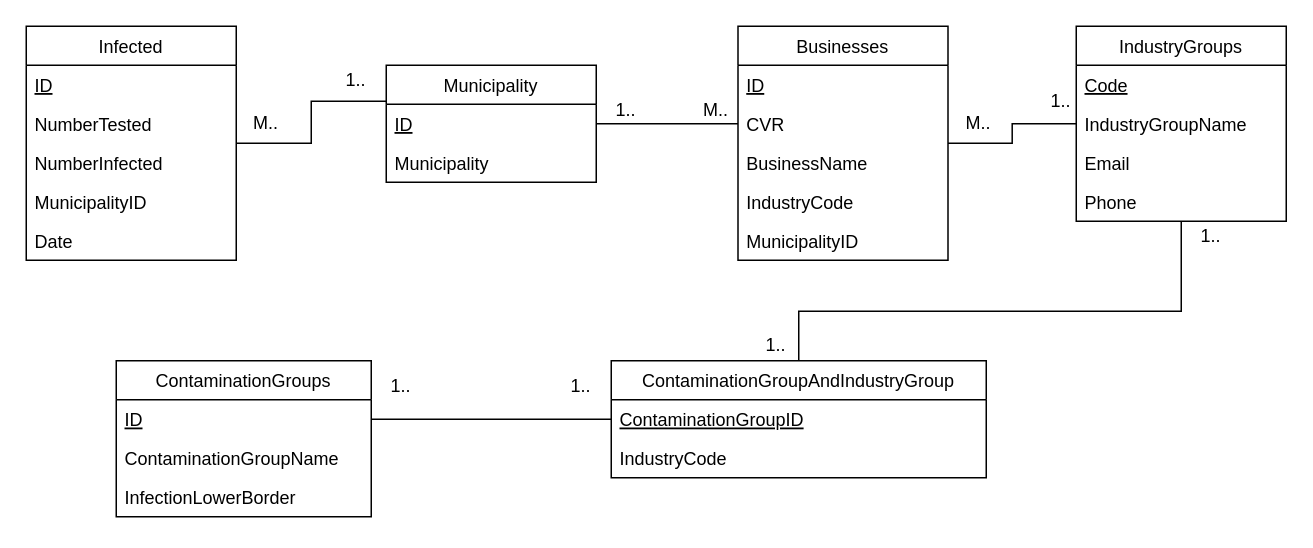
Earlier version of the draw.io diagram CharlieProject/Documentation/Janus_Martin_Rezan_ERD-diagram.drawio (mathex83/CharlieProjectSemester1). Source tidied: cells renumbered, new cells numbered last; positions are measured from the earlier drawing's top-left corner, leaving out a move shared by most shapes. Both pictures are drawn from the tidied source at 150%, with x=0, y=0 at pixel (26, 26).
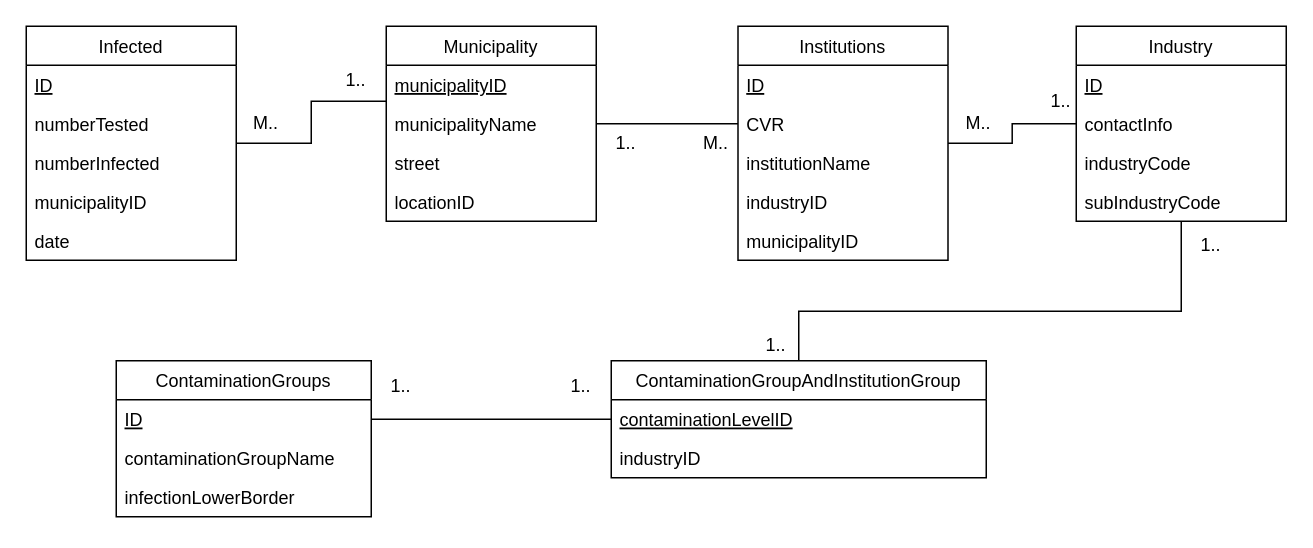
The same page after the edit.

Commit message (it also covers changes not shown here):
added newly updated mappingskema and ERD

The change refers to these unchanged cells:
```xml
<mxCell id="2" value="Infected" style="swimlane;fontStyle=0;horizontal=1;startSize=26;fillColor=none;" parent="1" vertex="1">
  <mxGeometry width="140" height="156" as="geometry" />
</mxCell>
<mxCell id="25" value="ContaminationGroups" style="swimlane;fontStyle=0;horizontal=1;startSize=26;fillColor=none;" parent="1" vertex="1">
  <mxGeometry x="60" y="223" width="170" height="104" as="geometry" />
</mxCell>
```

The edit, as a diff of the source:
```diff
@@
-    <mxCell id="4" value="NumberTested" style="text;strokeColor=none;fillColor=none;align=left;verticalAlign=top;spacingLeft=4;spacingRight=4;overflow=hidden;" parent="2" vertex="1">
+    <mxCell id="4" value="numberTested" style="text;strokeColor=none;fillColor=none;align=left;verticalAlign=top;spacingLeft=4;spacingRight=4;overflow=hidden;" parent="2" vertex="1">
       <mxGeometry y="52" width="140" height="26" as="geometry" />
     </mxCell>
-    <mxCell id="5" value="NumberInfected" style="text;strokeColor=none;fillColor=none;align=left;verticalAlign=top;spacingLeft=4;spacingRight=4;overflow=hidden;" parent="2" vertex="1">
+    <mxCell id="5" value="numberInfected" style="text;strokeColor=none;fillColor=none;align=left;verticalAlign=top;spacingLeft=4;spacingRight=4;overflow=hidden;" parent="2" vertex="1">
       <mxGeometry y="78" width="140" height="26" as="geometry" />
     </mxCell>
-    <mxCell id="6" value="MunicipalityID" style="text;strokeColor=none;fillColor=none;align=left;verticalAlign=top;spacingLeft=4;spacingRight=4;overflow=hidden;" parent="2" vertex="1">
+    <mxCell id="6" value="municipalityID" style="text;strokeColor=none;fillColor=none;align=left;verticalAlign=top;spacingLeft=4;spacingRight=4;overflow=hidden;" parent="2" vertex="1">
       <mxGeometry y="104" width="140" height="26" as="geometry" />
     </mxCell>
-    <mxCell id="7" value="Date" style="text;strokeColor=none;fillColor=none;align=left;verticalAlign=top;spacingLeft=4;spacingRight=4;overflow=hidden;" parent="2" vertex="1">
+    <mxCell id="7" value="date" style="text;strokeColor=none;fillColor=none;align=left;verticalAlign=top;spacingLeft=4;spacingRight=4;overflow=hidden;" parent="2" vertex="1">
       <mxGeometry y="130" width="140" height="26" as="geometry" />
     </mxCell>
     <mxCell id="8" value="Municipality" style="swimlane;fontStyle=0;horizontal=1;startSize=26;fillColor=none;" parent="1" vertex="1">
-      <mxGeometry x="240" y="26" width="140" height="78" as="geometry" />
+      <mxGeometry x="240" width="140" height="130" as="geometry" />
     </mxCell>
-    <mxCell id="9" value="ID" style="text;strokeColor=none;fillColor=none;align=left;verticalAlign=top;spacingLeft=4;spacingRight=4;overflow=hidden;fontStyle=4;" parent="8" vertex="1">
+    <mxCell id="9" value="municipalityID" style="text;strokeColor=none;fillColor=none;align=left;verticalAlign=top;spacingLeft=4;spacingRight=4;overflow=hidden;fontStyle=4;" parent="8" vertex="1">
       <mxGeometry y="26" width="140" height="26" as="geometry" />
     </mxCell>
-    <mxCell id="10" value="Municipality" style="text;strokeColor=none;fillColor=none;align=left;verticalAlign=top;spacingLeft=4;spacingRight=4;overflow=hidden;" parent="8" vertex="1">
+    <mxCell id="10" value="municipalityName" style="text;strokeColor=none;fillColor=none;align=left;verticalAlign=top;spacingLeft=4;spacingRight=4;overflow=hidden;" parent="8" vertex="1">
       <mxGeometry y="52" width="140" height="26" as="geometry" />
     </mxCell>
+    <mxCell id="44" value="street" style="text;strokeColor=none;fillColor=none;align=left;verticalAlign=top;spacingLeft=4;spacingRight=4;overflow=hidden;" parent="8" vertex="1">
+      <mxGeometry y="78" width="140" height="26" as="geometry" />
+    </mxCell>
+    <mxCell id="45" value="locationID" style="text;strokeColor=none;fillColor=none;align=left;verticalAlign=top;spacingLeft=4;spacingRight=4;overflow=hidden;" parent="8" vertex="1">
+      <mxGeometry y="104" width="140" height="26" as="geometry" />
+    </mxCell>
-    <mxCell id="11" value="Businesses" style="swimlane;fontStyle=0;horizontal=1;startSize=26;fillColor=none;" parent="1" vertex="1">
+    <mxCell id="11" value="Institutions" style="swimlane;fontStyle=0;horizontal=1;startSize=26;fillColor=none;" parent="1" vertex="1">
       <mxGeometry x="474.5" width="140" height="156" as="geometry" />
     </mxCell>
@@
-    <mxCell id="14" value="BusinessName" style="text;strokeColor=none;fillColor=none;align=left;verticalAlign=top;spacingLeft=4;spacingRight=4;overflow=hidden;" parent="11" vertex="1">
+    <mxCell id="14" value="institutionName" style="text;strokeColor=none;fillColor=none;align=left;verticalAlign=top;spacingLeft=4;spacingRight=4;overflow=hidden;" parent="11" vertex="1">
       <mxGeometry y="78" width="140" height="26" as="geometry" />
     </mxCell>
-    <mxCell id="15" value="IndustryCode" style="text;strokeColor=none;fillColor=none;align=left;verticalAlign=top;spacingLeft=4;spacingRight=4;overflow=hidden;" parent="11" vertex="1">
+    <mxCell id="15" value="industryID" style="text;strokeColor=none;fillColor=none;align=left;verticalAlign=top;spacingLeft=4;spacingRight=4;overflow=hidden;" parent="11" vertex="1">
       <mxGeometry y="104" width="140" height="26" as="geometry" />
     </mxCell>
-    <mxCell id="16" value="MunicipalityID" style="text;strokeColor=none;fillColor=none;align=left;verticalAlign=top;spacingLeft=4;spacingRight=4;overflow=hidden;labelBorderColor=none;" parent="11" vertex="1">
+    <mxCell id="16" value="municipalityID" style="text;strokeColor=none;fillColor=none;align=left;verticalAlign=top;spacingLeft=4;spacingRight=4;overflow=hidden;labelBorderColor=none;" parent="11" vertex="1">
       <mxGeometry y="130" width="140" height="26" as="geometry" />
     </mxCell>
-    <mxCell id="17" value="IndustryGroups" style="swimlane;fontStyle=0;horizontal=1;startSize=26;fillColor=none;" parent="1" vertex="1">
+    <mxCell id="17" value="Industry" style="swimlane;fontStyle=0;horizontal=1;startSize=26;fillColor=none;" parent="1" vertex="1">
       <mxGeometry x="700" width="140" height="130" as="geometry" />
     </mxCell>
-    <mxCell id="18" value="Code" style="text;strokeColor=none;fillColor=none;align=left;verticalAlign=top;spacingLeft=4;spacingRight=4;overflow=hidden;fontStyle=4;" parent="17" vertex="1">
+    <mxCell id="18" value="ID" style="text;strokeColor=none;fillColor=none;align=left;verticalAlign=top;spacingLeft=4;spacingRight=4;overflow=hidden;fontStyle=4;" parent="17" vertex="1">
       <mxGeometry y="26" width="140" height="26" as="geometry" />
     </mxCell>
-    <mxCell id="19" value="IndustryGroupName" style="text;strokeColor=none;fillColor=none;align=left;verticalAlign=top;spacingLeft=4;spacingRight=4;overflow=hidden;fontStyle=0;" parent="17" vertex="1">
-      <mxGeometry y="52" width="140" height="26" as="geometry" />
-    </mxCell>
-    <mxCell id="20" value="Email" style="text;strokeColor=none;fillColor=none;align=left;verticalAlign=top;spacingLeft=4;spacingRight=4;overflow=hidden;" parent="17" vertex="1">
-      <mxGeometry y="78" width="140" height="26" as="geometry" />
-    </mxCell>
-    <mxCell id="21" value="Phone" style="text;strokeColor=none;fillColor=none;align=left;verticalAlign=top;spacingLeft=4;spacingRight=4;overflow=hidden;" parent="17" vertex="1">
-      <mxGeometry y="104" width="140" height="26" as="geometry" />
+    <mxCell id="21" value="contactInfo" style="text;strokeColor=none;fillColor=none;align=left;verticalAlign=top;spacingLeft=4;spacingRight=4;overflow=hidden;" parent="17" vertex="1">
+      <mxGeometry y="52" width="140" height="26" as="geometry" />
     </mxCell>
+    <mxCell id="46" value="industryCode" style="text;strokeColor=none;fillColor=none;align=left;verticalAlign=top;spacingLeft=4;spacingRight=4;overflow=hidden;fontStyle=0;" parent="17" vertex="1">
+      <mxGeometry y="78" width="140" height="26" as="geometry" />
+    </mxCell>
+    <mxCell id="47" value="subIndustryCode" style="text;strokeColor=none;fillColor=none;align=left;verticalAlign=top;spacingLeft=4;spacingRight=4;overflow=hidden;fontStyle=0;" parent="17" vertex="1">
+      <mxGeometry y="104" width="140" height="26" as="geometry" />
+    </mxCell>
-    <mxCell id="22" value="ContaminationGroupAndIndustryGroup" style="swimlane;fontStyle=0;horizontal=1;startSize=26;fillColor=none;" parent="1" vertex="1">
+    <mxCell id="22" value="ContaminationGroupAndInstitutionGroup" style="swimlane;fontStyle=0;horizontal=1;startSize=26;fillColor=none;" parent="1" vertex="1">
       <mxGeometry x="390" y="223" width="250" height="78" as="geometry" />
     </mxCell>
-    <mxCell id="23" value="ContaminationGroupID" style="text;strokeColor=none;fillColor=none;align=left;verticalAlign=top;spacingLeft=4;spacingRight=4;overflow=hidden;fontStyle=4;" parent="22" vertex="1">
+    <mxCell id="23" value="contaminationLevelID" style="text;strokeColor=none;fillColor=none;align=left;verticalAlign=top;spacingLeft=4;spacingRight=4;overflow=hidden;fontStyle=4;" parent="22" vertex="1">
       <mxGeometry y="26" width="250" height="26" as="geometry" />
     </mxCell>
-    <mxCell id="24" value="IndustryCode" style="text;strokeColor=none;fillColor=none;align=left;verticalAlign=top;spacingLeft=4;spacingRight=4;overflow=hidden;fontStyle=0;" parent="22" vertex="1">
+    <mxCell id="24" value="industryID" style="text;strokeColor=none;fillColor=none;align=left;verticalAlign=top;spacingLeft=4;spacingRight=4;overflow=hidden;fontStyle=0;" parent="22" vertex="1">
       <mxGeometry y="52" width="250" height="26" as="geometry" />
     </mxCell>
@@
-    <mxCell id="27" value="ContaminationGroupName" style="text;strokeColor=none;fillColor=none;align=left;verticalAlign=top;spacingLeft=4;spacingRight=4;overflow=hidden;fontStyle=0;" parent="25" vertex="1">
+    <mxCell id="27" value="contaminationGroupName" style="text;strokeColor=none;fillColor=none;align=left;verticalAlign=top;spacingLeft=4;spacingRight=4;overflow=hidden;fontStyle=0;" parent="25" vertex="1">
       <mxGeometry y="52" width="170" height="26" as="geometry" />
     </mxCell>
-    <mxCell id="28" value="InfectionLowerBorder" style="text;strokeColor=none;fillColor=none;align=left;verticalAlign=top;spacingLeft=4;spacingRight=4;overflow=hidden;" parent="25" vertex="1">
+    <mxCell id="28" value="infectionLowerBorder" style="text;strokeColor=none;fillColor=none;align=left;verticalAlign=top;spacingLeft=4;spacingRight=4;overflow=hidden;" parent="25" vertex="1">
       <mxGeometry y="78" width="170" height="26" as="geometry" />
     </mxCell>
@@
     <mxCell id="36" value="M.." style="text;html=1;strokeColor=none;fillColor=none;align=center;verticalAlign=middle;whiteSpace=wrap;rounded=0;" parent="1" vertex="1">
-      <mxGeometry x="440" y="46" width="40" height="20" as="geometry" />
+      <mxGeometry x="440" y="68" width="40" height="20" as="geometry" />
     </mxCell>
@@
     <mxCell id="38" value="1.." style="text;html=1;strokeColor=none;fillColor=none;align=center;verticalAlign=middle;whiteSpace=wrap;rounded=0;" parent="1" vertex="1">
-      <mxGeometry x="380" y="46" width="40" height="20" as="geometry" />
+      <mxGeometry x="380" y="68" width="40" height="20" as="geometry" />
     </mxCell>
@@
     <mxCell id="42" value="1.." style="text;html=1;strokeColor=none;fillColor=none;align=center;verticalAlign=middle;whiteSpace=wrap;rounded=0;" parent="1" vertex="1">
-      <mxGeometry x="770" y="130" width="40" height="20" as="geometry" />
+      <mxGeometry x="770" y="136" width="40" height="20" as="geometry" />
     </mxCell>
```
